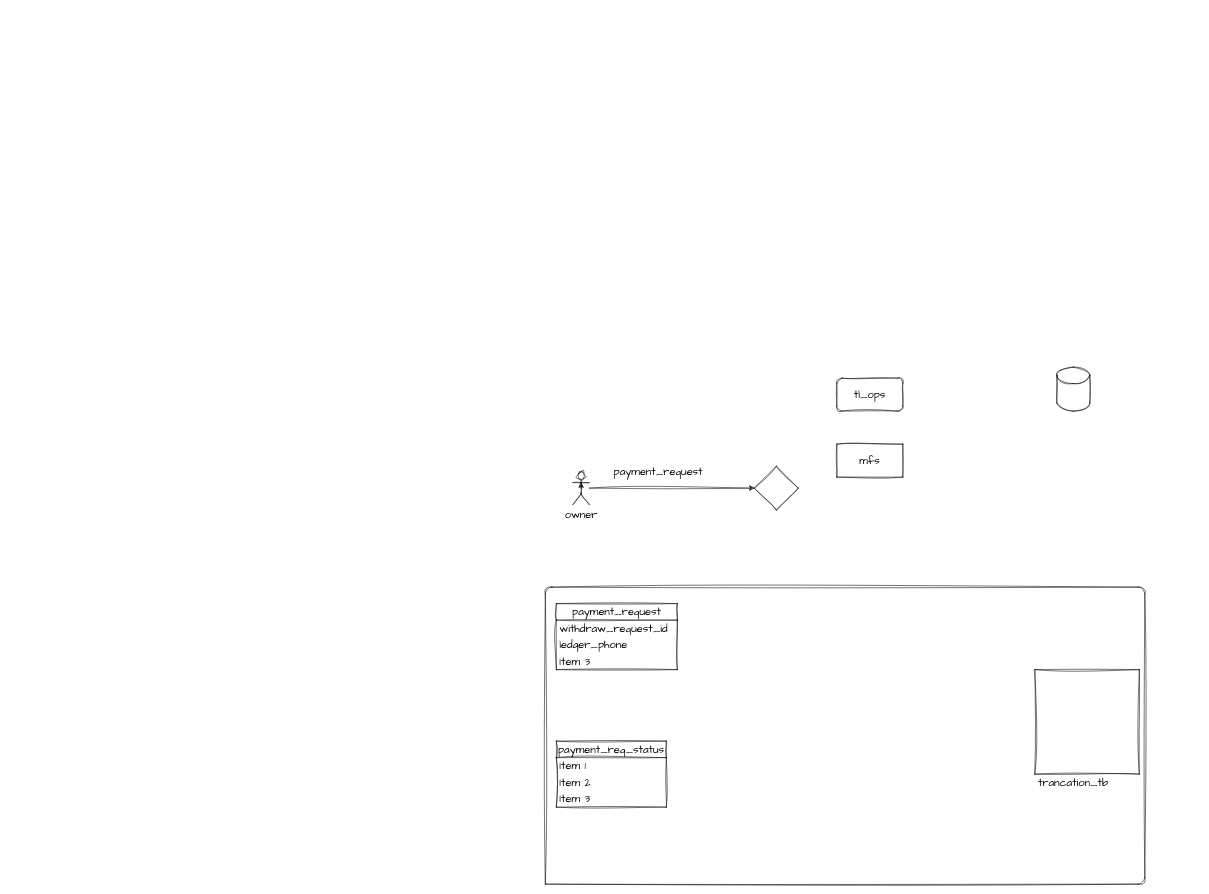
Before: Untitled Diagram.drawio in ShamimEnamul/system-design, a draw.io diagram. Source tidied: cells renumbered, new cells numbered last; positions are measured from the earlier drawing's top-left corner, leaving out a move shared by most shapes. Both pictures are drawn from the tidied source at 55%, with x=0, y=0 at pixel (545, 367).
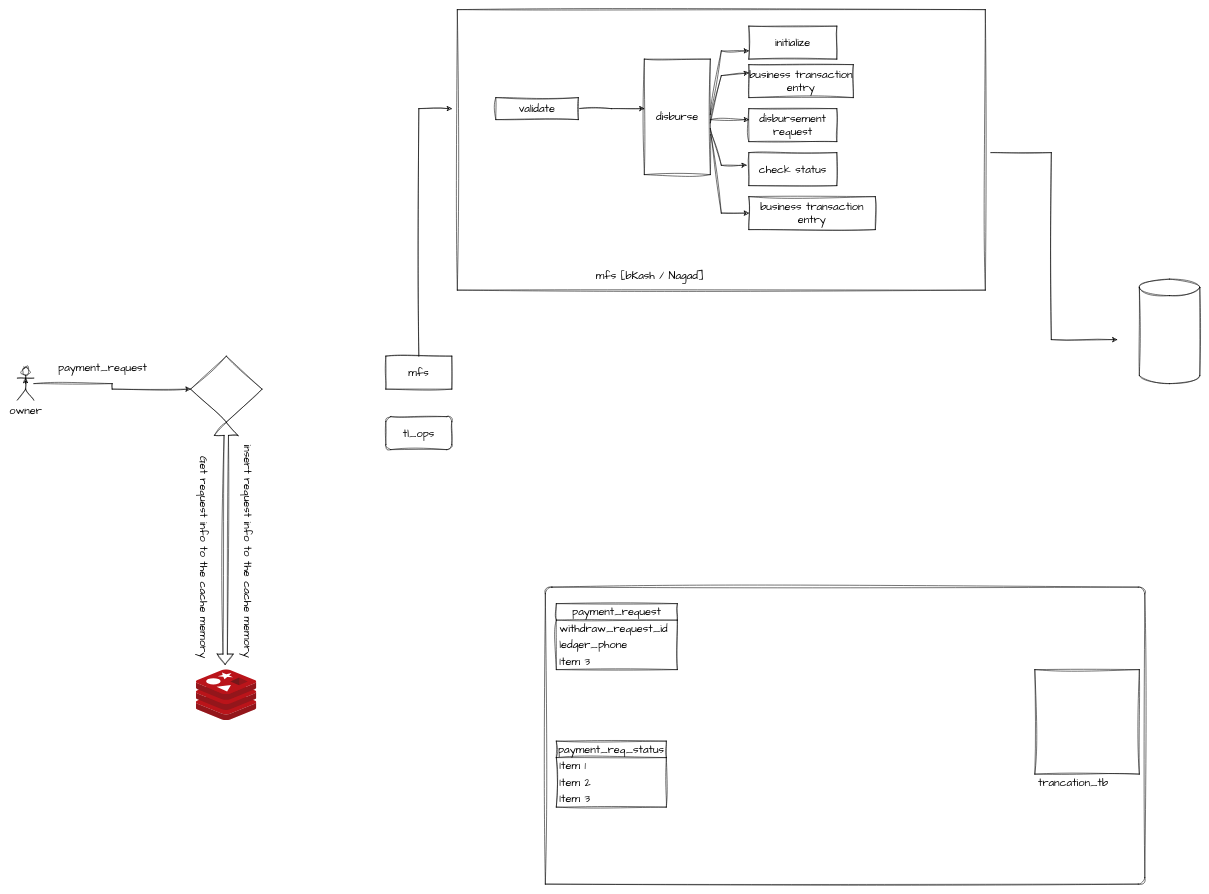
Above is the later version.

The edit, as a diff of the source:
```diff
@@
     <mxCell id="14" value="owner" style="shape=umlActor;verticalLabelPosition=bottom;verticalAlign=top;html=1;outlineConnect=0;sketch=1;hachureGap=4;jiggle=2;curveFitting=1;fontFamily=Architects Daughter;fontSize=20;" parent="1" vertex="1">
-      <mxGeometry x="50" y="190" width="30" height="60" as="geometry" />
+      <mxGeometry x="-960" width="30" height="60" as="geometry" />
     </mxCell>
@@
     <mxCell id="16" style="rhombus;whiteSpace=wrap;html=1;sketch=1;hachureGap=4;jiggle=2;curveFitting=1;fontFamily=Architects Daughter;fontSize=20;" parent="1" vertex="1">
-      <mxGeometry x="380" y="180" width="80" height="80" as="geometry" />
+      <mxGeometry x="-645" y="-20" width="130" height="120" as="geometry" />
     </mxCell>
     <mxCell id="17" value="payment_request" style="text;html=1;align=center;verticalAlign=middle;strokeColor=none;fillColor=none;fontSize=20;fontFamily=Architects Daughter;" parent="1" vertex="1">
-      <mxGeometry x="110" y="170" width="190" height="40" as="geometry" />
+      <mxGeometry x="-900" y="-20" width="190" height="40" as="geometry" />
     </mxCell>
     <mxCell id="18" style="shape=cylinder3;whiteSpace=wrap;html=1;boundedLbl=1;backgroundOutline=1;size=15;sketch=1;hachureGap=4;jiggle=2;curveFitting=1;fontFamily=Architects Daughter;fontSize=20;" parent="1" vertex="1">
-      <mxGeometry x="930" width="60" height="80" as="geometry" />
+      <mxGeometry x="1080" y="-160" width="110" height="190" as="geometry" />
     </mxCell>
     <mxCell id="19" value="tl_ops" style="rounded=1;whiteSpace=wrap;html=1;sketch=1;hachureGap=4;jiggle=2;curveFitting=1;fontFamily=Architects Daughter;fontSize=20;" parent="1" vertex="1">
-      <mxGeometry x="530" y="20" width="120" height="60" as="geometry" />
+      <mxGeometry x="-290" y="90" width="120" height="60" as="geometry" />
     </mxCell>
+    <mxCell id="21" style="edgeStyle=orthogonalEdgeStyle;rounded=0;sketch=1;hachureGap=4;jiggle=2;curveFitting=1;jettySize=auto;html=1;fontFamily=Architects Daughter;fontSize=16;" parent="1" edge="1" source="20">
+      <mxGeometry relative="1" as="geometry">
+        <mxPoint x="-170" y="-470" as="targetPoint" />
+        <Array as="points">
+          <mxPoint x="-230" y="-470" />
+        </Array>
+      </mxGeometry>
+    </mxCell>
     <mxCell id="20" value="mfs" style="whiteSpace=wrap;html=1;sketch=1;hachureGap=4;jiggle=2;curveFitting=1;fontFamily=Architects Daughter;fontSize=20;" parent="1" vertex="1">
-      <mxGeometry x="530" y="140" width="120" height="60" as="geometry" />
+      <mxGeometry x="-290" y="-20" width="120" height="60" as="geometry" />
     </mxCell>
+    <mxCell id="22" value="disburse" style="rounded=0;whiteSpace=wrap;html=1;sketch=1;hachureGap=4;jiggle=2;curveFitting=1;fontFamily=Architects Daughter;fontSize=20;" parent="1" vertex="1">
+      <mxGeometry x="180" y="-560" width="120" height="210" as="geometry" />
+    </mxCell>
+    <mxCell id="23" style="edgeStyle=orthogonalEdgeStyle;rounded=0;sketch=1;hachureGap=4;jiggle=2;curveFitting=1;jettySize=auto;html=1;exitX=1;exitY=0.5;exitDx=0;exitDy=0;entryX=0;entryY=0.429;entryDx=0;entryDy=0;entryPerimeter=0;fontFamily=Architects Daughter;fontSize=16;" parent="1" edge="1" source="24" target="22">
+      <mxGeometry relative="1" as="geometry" />
+    </mxCell>
+    <mxCell id="24" value="validate" style="rounded=0;whiteSpace=wrap;html=1;sketch=1;hachureGap=4;jiggle=2;curveFitting=1;fontFamily=Architects Daughter;fontSize=20;" parent="1" vertex="1">
+      <mxGeometry x="-90" y="-490" width="150" height="40" as="geometry" />
+    </mxCell>
+    <mxCell id="25" value="initialize" style="rounded=0;whiteSpace=wrap;html=1;sketch=1;hachureGap=4;jiggle=2;curveFitting=1;fontFamily=Architects Daughter;fontSize=20;" parent="1" vertex="1">
+      <mxGeometry x="370" y="-620" width="160" height="60" as="geometry" />
+    </mxCell>
+    <mxCell id="26" value="business transaction entry" style="rounded=0;whiteSpace=wrap;html=1;sketch=1;hachureGap=4;jiggle=2;curveFitting=1;fontFamily=Architects Daughter;fontSize=20;" parent="1" vertex="1">
+      <mxGeometry x="370" y="-550" width="190" height="60" as="geometry" />
+    </mxCell>
+    <mxCell id="27" value="disbursement request" style="rounded=0;whiteSpace=wrap;html=1;sketch=1;hachureGap=4;jiggle=2;curveFitting=1;fontFamily=Architects Daughter;fontSize=20;" parent="1" vertex="1">
+      <mxGeometry x="370" y="-470" width="160" height="60" as="geometry" />
+    </mxCell>
+    <mxCell id="28" value="check status" style="rounded=0;whiteSpace=wrap;html=1;sketch=1;hachureGap=4;jiggle=2;curveFitting=1;fontFamily=Architects Daughter;fontSize=20;" parent="1" vertex="1">
+      <mxGeometry x="370" y="-390" width="160" height="60" as="geometry" />
+    </mxCell>
+    <mxCell id="29" value="business transaction entry" style="rounded=0;whiteSpace=wrap;html=1;sketch=1;hachureGap=4;jiggle=2;curveFitting=1;fontFamily=Architects Daughter;fontSize=20;" parent="1" vertex="1">
+      <mxGeometry x="370" y="-310" width="230" height="60" as="geometry" />
+    </mxCell>
+    <mxCell id="30" style="endArrow=classic;html=1;rounded=0;sketch=1;hachureGap=4;jiggle=2;curveFitting=1;fontFamily=Architects Daughter;fontSize=16;entryX=-0.025;entryY=0.383;entryDx=0;entryDy=0;entryPerimeter=0;exitX=1;exitY=0.6;exitDx=0;exitDy=0;exitPerimeter=0;" parent="1" edge="1" source="22" target="28">
+      <mxGeometry relative="1" as="geometry">
+        <Array as="points">
+          <mxPoint x="320" y="-367" />
+        </Array>
+      </mxGeometry>
+    </mxCell>
+    <mxCell id="31" style="endArrow=classic;html=1;rounded=0;sketch=1;hachureGap=4;jiggle=2;curveFitting=1;fontFamily=Architects Daughter;fontSize=16;entryX=0;entryY=0.5;entryDx=0;entryDy=0;exitX=1.008;exitY=0.652;exitDx=0;exitDy=0;exitPerimeter=0;" parent="1" edge="1" source="22" target="29">
+      <mxGeometry relative="1" as="geometry">
+        <Array as="points">
+          <mxPoint x="320" y="-280" />
+        </Array>
+      </mxGeometry>
+    </mxCell>
+    <mxCell id="32" style="endArrow=classic;html=1;rounded=0;sketch=1;hachureGap=4;jiggle=2;curveFitting=1;fontFamily=Architects Daughter;fontSize=16;exitX=1.042;exitY=0.671;exitDx=0;exitDy=0;exitPerimeter=0;entryX=0;entryY=0.75;entryDx=0;entryDy=0;" parent="1" edge="1" target="25">
+      <mxGeometry relative="1" as="geometry">
+        <mxPoint x="300" y="-459" as="sourcePoint" />
+        <Array as="points">
+          <mxPoint x="320" y="-575" />
+        </Array>
+      </mxGeometry>
+    </mxCell>
+    <mxCell id="33" style="endArrow=classic;html=1;rounded=0;sketch=1;hachureGap=4;jiggle=2;curveFitting=1;fontFamily=Architects Daughter;fontSize=16;exitX=1.042;exitY=0.671;exitDx=0;exitDy=0;exitPerimeter=0;entryX=0;entryY=0.25;entryDx=0;entryDy=0;" parent="1" edge="1" target="26">
+      <mxGeometry relative="1" as="geometry">
+        <mxPoint x="300" y="-444" as="sourcePoint" />
+        <Array as="points">
+          <mxPoint x="320" y="-530" />
+        </Array>
+      </mxGeometry>
+    </mxCell>
+    <mxCell id="34" style="endArrow=classic;html=1;rounded=0;sketch=1;hachureGap=4;jiggle=2;curveFitting=1;fontFamily=Architects Daughter;fontSize=16;" parent="1" edge="1">
+      <mxGeometry relative="1" as="geometry">
+        <mxPoint x="300" y="-450" as="sourcePoint" />
+        <mxPoint x="370" y="-450" as="targetPoint" />
+      </mxGeometry>
+    </mxCell>
+    <mxCell id="35" style="endArrow=none;html=1;rounded=0;sketch=1;hachureGap=4;jiggle=2;curveFitting=1;fontFamily=Architects Daughter;fontSize=16;" parent="1" edge="1">
+      <mxGeometry relative="1" as="geometry">
+        <mxPoint x="-160" y="-650" as="sourcePoint" />
+        <mxPoint x="800" y="-650" as="targetPoint" />
+      </mxGeometry>
+    </mxCell>
+    <mxCell id="36" style="endArrow=none;html=1;rounded=0;sketch=1;hachureGap=4;jiggle=2;curveFitting=1;fontFamily=Architects Daughter;fontSize=16;" parent="1" edge="1">
+      <mxGeometry relative="1" as="geometry">
+        <mxPoint x="-160" y="-140" as="sourcePoint" />
+        <mxPoint x="-160" y="-650" as="targetPoint" />
+      </mxGeometry>
+    </mxCell>
+    <mxCell id="37" style="endArrow=none;html=1;rounded=0;sketch=1;hachureGap=4;jiggle=2;curveFitting=1;fontFamily=Architects Daughter;fontSize=16;" parent="1" edge="1">
+      <mxGeometry relative="1" as="geometry">
+        <mxPoint x="800" y="-140" as="sourcePoint" />
+        <mxPoint x="800" y="-650" as="targetPoint" />
+      </mxGeometry>
+    </mxCell>
+    <mxCell id="38" style="endArrow=none;html=1;rounded=0;sketch=1;hachureGap=4;jiggle=2;curveFitting=1;fontFamily=Architects Daughter;fontSize=16;" parent="1" edge="1">
+      <mxGeometry relative="1" as="geometry">
+        <mxPoint x="-160" y="-140" as="sourcePoint" />
+        <mxPoint x="800" y="-140" as="targetPoint" />
+      </mxGeometry>
+    </mxCell>
+    <mxCell id="39" value="mfs [bKash / Nagad]" style="text;html=1;align=center;verticalAlign=middle;strokeColor=none;fillColor=none;fontSize=20;fontFamily=Architects Daughter;" parent="1" vertex="1">
+      <mxGeometry x="80" y="-187" width="220" height="40" as="geometry" />
+    </mxCell>
+    <mxCell id="40" style="endArrow=classic;html=1;rounded=0;sketch=1;hachureGap=4;jiggle=2;curveFitting=1;fontFamily=Architects Daughter;fontSize=16;" parent="1" edge="1">
+      <mxGeometry relative="1" as="geometry">
+        <mxPoint x="810" y="-390" as="sourcePoint" />
+        <mxPoint x="1040" y="-50" as="targetPoint" />
+        <Array as="points">
+          <mxPoint x="920" y="-390" />
+          <mxPoint x="920" y="-50" />
+        </Array>
+      </mxGeometry>
+    </mxCell>
+    <mxCell id="41" style="image;sketch=0;html=1;points=[];align=center;fontSize=12;image=img/lib/mscae/Cache_Redis_Product.svg;hachureGap=4;jiggle=2;curveFitting=1;fontFamily=Architects Daughter;" parent="1" vertex="1">
+      <mxGeometry x="-635" y="550" width="110" height="92.4" as="geometry" />
+    </mxCell>
+    <mxCell id="42" style="shape=flexArrow;endArrow=classic;startArrow=classic;html=1;rounded=0;sketch=1;hachureGap=4;jiggle=2;curveFitting=1;fontFamily=Architects Daughter;fontSize=16;width=8;endSize=7.56;endWidth=34;entryX=0.5;entryY=1;entryDx=0;entryDy=0;exitX=0.48;exitY=-0.095;exitDx=0;exitDy=0;exitPerimeter=0;" parent="1" edge="1" source="41" target="16">
+      <mxGeometry relative="1" as="geometry" />
+    </mxCell>
+    <mxCell id="43" value="insert request info to the cache memory" style="edgeLabel;html=1;align=center;verticalAlign=middle;fontSize=20;fontFamily=Architects Daughter;rotation=90;" parent="42" vertex="1">
+      <mxGeometry x="-0.21" y="-13" relative="1" as="geometry">
+        <mxPoint x="28" y="-33" as="offset" />
+      </mxGeometry>
+    </mxCell>
+    <mxCell id="44" value="Get request info to the cache memory" style="edgeLabel;html=1;align=center;verticalAlign=middle;fontSize=20;fontFamily=Architects Daughter;rotation=90;" parent="1" vertex="1">
+      <mxGeometry x="-620" y="344.3" as="geometry" />
+    </mxCell>
```
